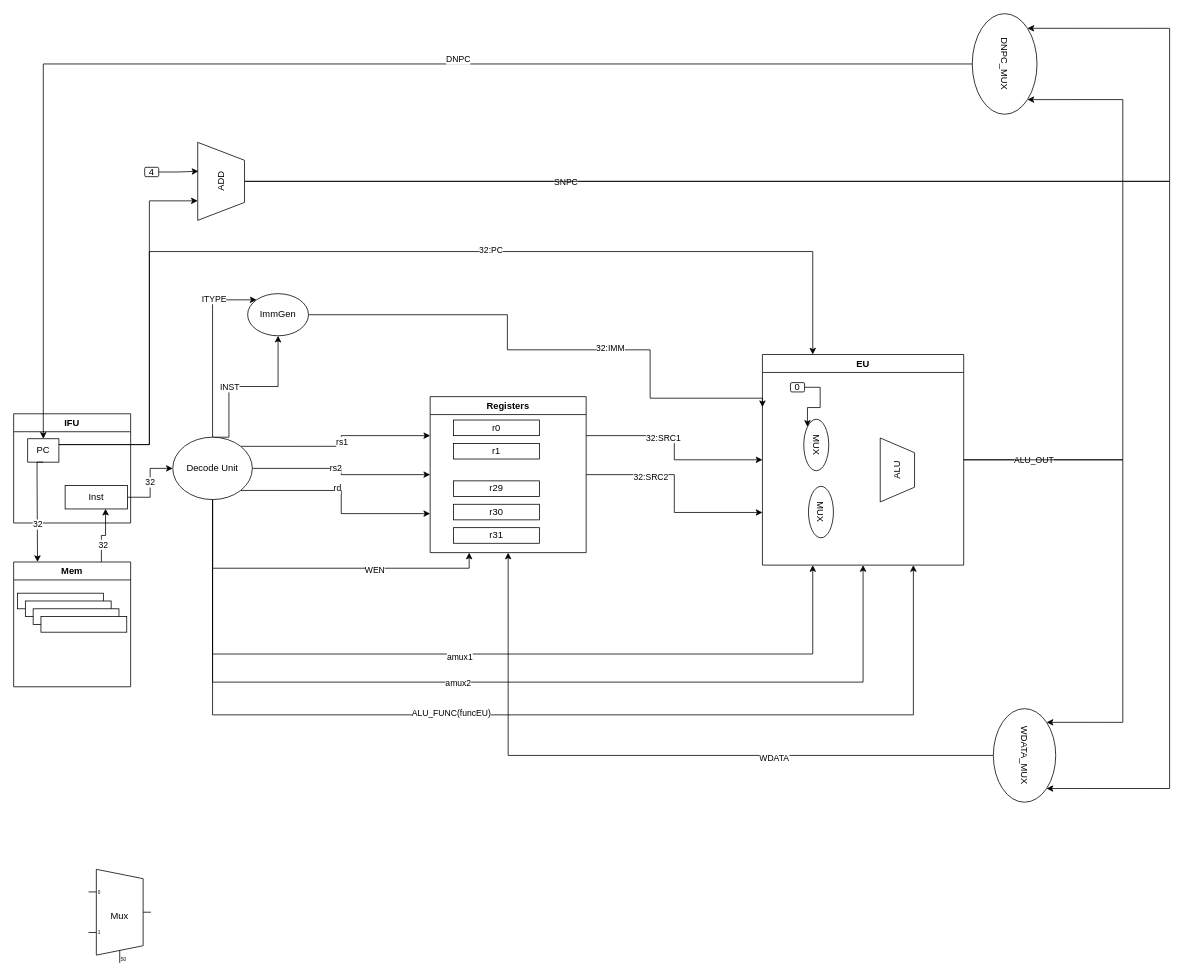
The draw.io diagram page "第 1 页" (1 of 3) of cpu.drawio in rand-kcs/cpu-design, before the edit. Source tidied: cells renumbered, new cells numbered last; positions are measured from the earlier drawing's top-left corner, leaving out a move shared by most shapes. Both pictures are drawn from the tidied source at 78%, with x=0, y=0 at pixel (13, 28).
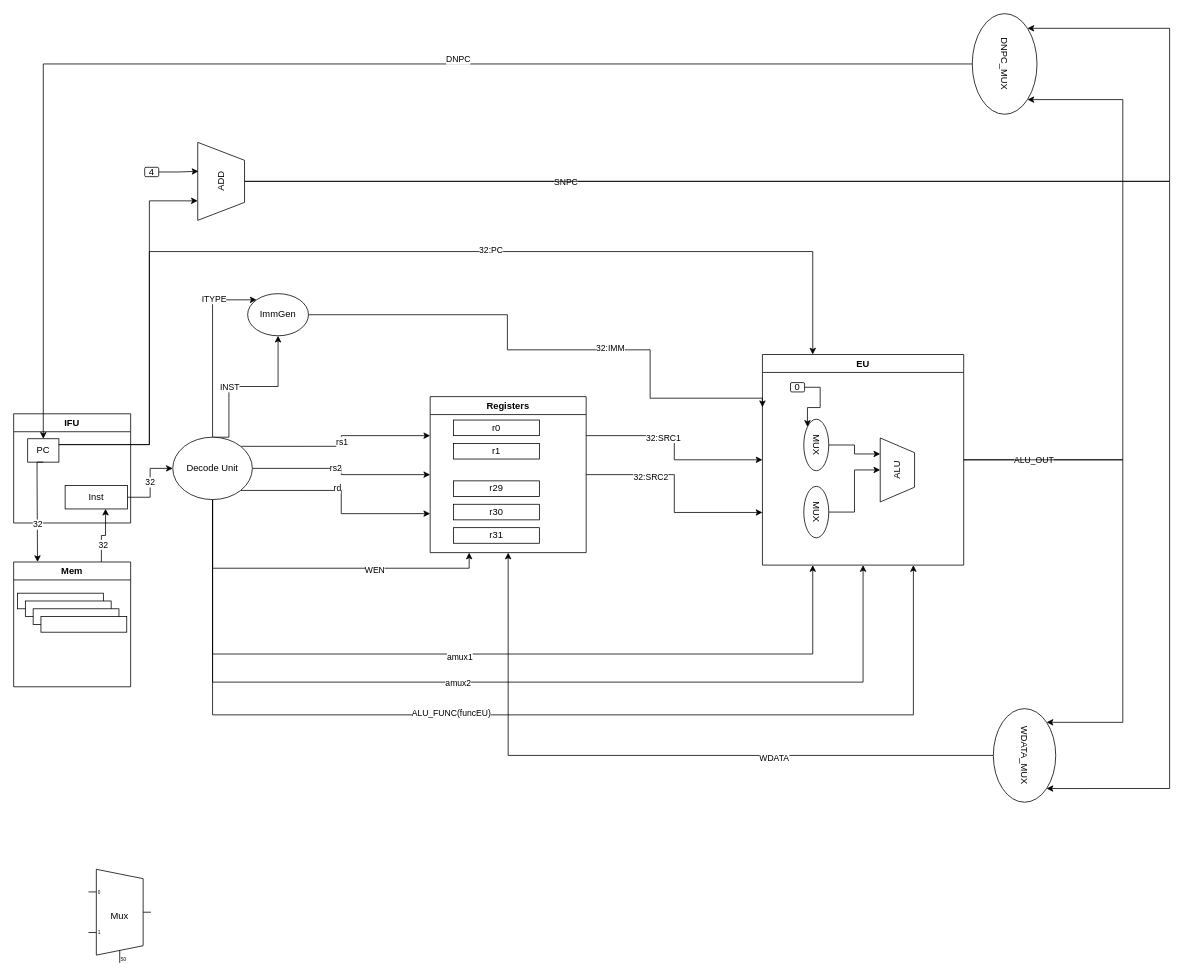
After the change.

Unchanged cells that the change refers to:
```xml
<mxCell id="51" value="EU" style="swimlane;whiteSpace=wrap;html=1;" parent="1" vertex="1">
  <mxGeometry x="960" y="418" width="258" height="270" as="geometry" />
</mxCell>
<mxCell id="52" value="MUX" style="ellipse;whiteSpace=wrap;html=1;rotation=90;" parent="51" vertex="1">
  <mxGeometry x="36" y="100" width="66" height="32" as="geometry" />
</mxCell>
<mxCell id="53" value="ALU" style="verticalLabelPosition=middle;verticalAlign=middle;html=1;shape=trapezoid;perimeter=trapezoidPerimeter;whiteSpace=wrap;size=0.23;arcSize=10;flipV=1;labelPosition=center;align=center;rotation=-90;" parent="51" vertex="1">
  <mxGeometry x="132" y="126" width="82" height="44" as="geometry" />
</mxCell>
```

Diff of the diagram source:
```diff
@@
+    <mxCell id="73" style="edgeStyle=orthogonalEdgeStyle;rounded=0;jettySize=auto;html=1;exitX=0.5;exitY=0;exitDx=0;exitDy=0;entryX=0.75;entryY=0;entryDx=0;entryDy=0;" parent="51" edge="1" source="52" target="53">
+      <mxGeometry relative="1" as="geometry" />
+    </mxCell>
@@
+    <mxCell id="74" style="edgeStyle=orthogonalEdgeStyle;rounded=0;jettySize=auto;html=1;" parent="51" edge="1" source="69" target="53">
+      <mxGeometry relative="1" as="geometry" />
+    </mxCell>
+    <mxCell id="69" value="MUX" style="ellipse;whiteSpace=wrap;html=1;rotation=90;" parent="51" vertex="1">
+      <mxGeometry x="36" y="186" width="66" height="32" as="geometry" />
+    </mxCell>
@@
-    <mxCell id="69" value="MUX" style="ellipse;whiteSpace=wrap;html=1;rotation=90;" parent="1" vertex="1">
-      <mxGeometry x="1002" y="604" width="66" height="32" as="geometry" />
-    </mxCell>
```
